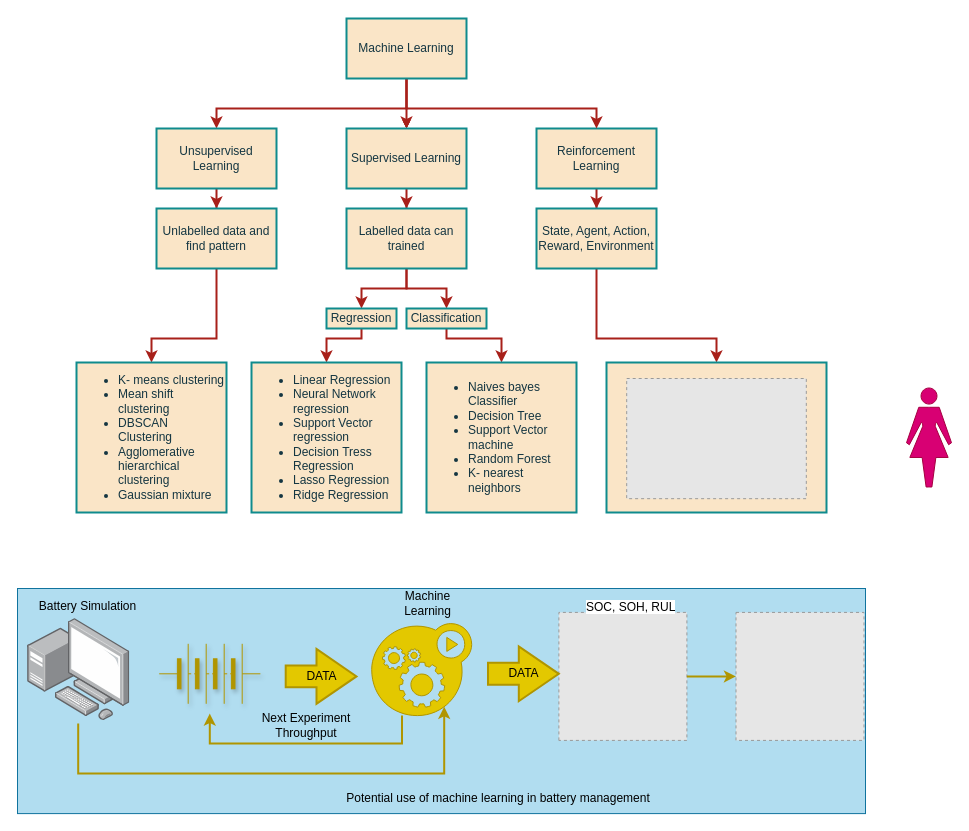
Above: RL.drawio in bapukokare/assignment (draw.io), before the change. Source tidied: cells renumbered, new cells numbered last; positions are measured from the earlier drawing's top-left corner, leaving out a move shared by most shapes. Both pictures are drawn from the tidied source at 100%, with x=0, y=0 at pixel (17, 18). Pictures stored in the file or linked from it are replaced by grey dashed boxes.
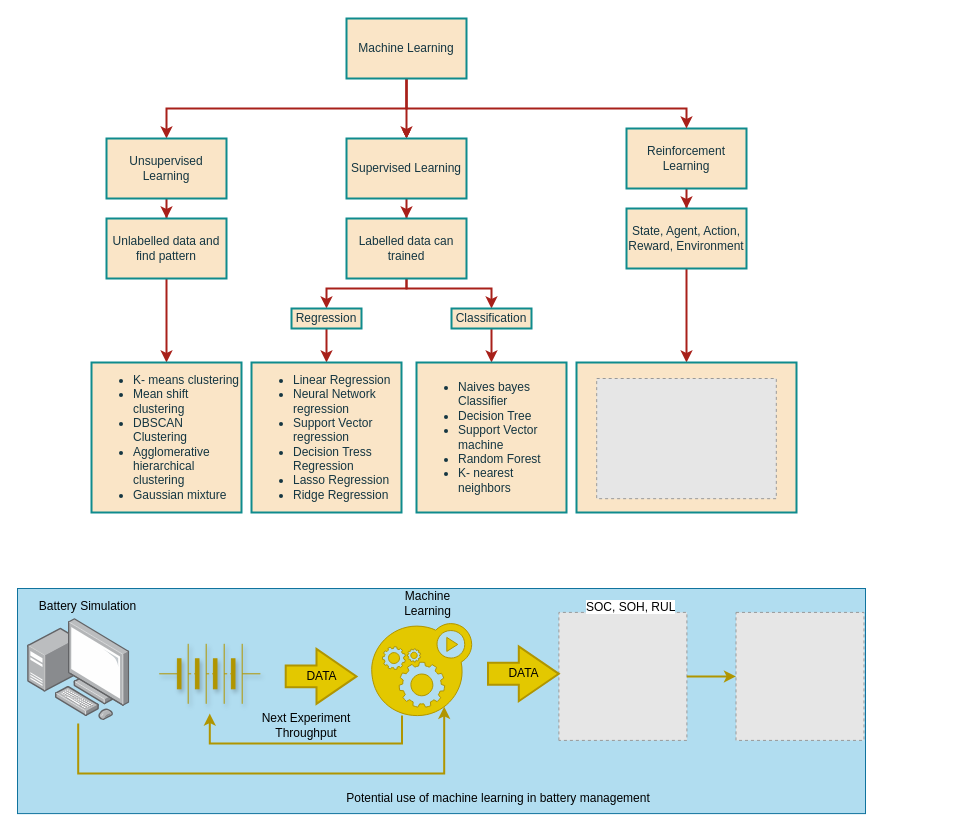
The same page after the edit.

The change refers to these unchanged cells:
```xml
<mxCell id="9" value="Machine Learning" style="rounded=0;whiteSpace=wrap;html=1;labelBackgroundColor=none;strokeWidth=2;fillColor=#FAE5C7;strokeColor=#0F8B8D;fontColor=#143642;" parent="1" vertex="1">
  <mxGeometry x="329" width="120" height="60" as="geometry" />
</mxCell>
<mxCell id="27" value="&lt;ul&gt;&lt;li&gt;Linear Regression&lt;/li&gt;&lt;li&gt;Neural Network regression&lt;/li&gt;&lt;li&gt;Support Vector regression&lt;/li&gt;&lt;li&gt;Decision Tress Regression&lt;/li&gt;&lt;li&gt;Lasso Regression&lt;/li&gt;&lt;li&gt;Ridge Regression&lt;/li&gt;&lt;/ul&gt;" style="whiteSpace=wrap;html=1;rounded=0;align=left;labelBackgroundColor=none;strokeWidth=2;fillColor=#FAE5C7;strokeColor=#0F8B8D;fontColor=#143642;" parent="1" vertex="1">
  <mxGeometry x="234" y="344" width="150" height="150" as="geometry" />
</mxCell>
<mxCell id="29" style="rounded=0;whiteSpace=wrap;html=1;labelBackgroundColor=none;fillColor=#FAE5C7;strokeColor=#0F8B8D;fontColor=#143642;strokeWidth=2;" parent="28" vertex="1">
  <mxGeometry width="220" height="150" as="geometry" />
</mxCell>
```

Diff of the diagram source:
```diff
@@
     <mxCell id="3" value="Reinforcement Learning" style="rounded=0;whiteSpace=wrap;html=1;labelBackgroundColor=none;strokeWidth=2;fillColor=#FAE5C7;strokeColor=#0F8B8D;fontColor=#143642;" parent="1" vertex="1">
-      <mxGeometry x="519" y="110" width="120" height="60" as="geometry" />
+      <mxGeometry x="609" y="110" width="120" height="60" as="geometry" />
     </mxCell>
     <mxCell id="4" style="edgeStyle=orthogonalEdgeStyle;rounded=0;jettySize=auto;html=1;entryX=0.5;entryY=0;entryDx=0;entryDy=0;exitX=0.5;exitY=1;exitDx=0;exitDy=0;labelBackgroundColor=none;fontColor=default;strokeWidth=2;strokeColor=#A8201A;" parent="1" edge="1" source="9" target="13">
       <mxGeometry relative="1" as="geometry">
         <Array as="points">
           <mxPoint x="389" y="90" />
-          <mxPoint x="199" y="90" />
+          <mxPoint x="149" y="90" />
         </Array>
       </mxGeometry>
     </mxCell>
     <mxCell id="5" style="edgeStyle=orthogonalEdgeStyle;rounded=0;jettySize=auto;html=1;entryX=0.5;entryY=0;entryDx=0;entryDy=0;labelBackgroundColor=none;fontColor=default;strokeWidth=2;strokeColor=#A8201A;" parent="1" edge="1" source="9" target="11">
-      <mxGeometry relative="1" as="geometry" />
+      <mxGeometry relative="1" as="geometry">
+        <Array as="points">
+          <mxPoint x="389" y="110" />
+          <mxPoint x="389" y="110" />
+        </Array>
+      </mxGeometry>
     </mxCell>
     <mxCell id="6" style="edgeStyle=orthogonalEdgeStyle;rounded=0;jettySize=auto;html=1;entryX=0.5;entryY=0;entryDx=0;entryDy=0;labelBackgroundColor=none;fontColor=default;strokeWidth=2;exitX=0.5;exitY=1;exitDx=0;exitDy=0;exitPerimeter=0;strokeColor=#A8201A;" parent="1" edge="1" source="9" target="3">
       <mxGeometry relative="1" as="geometry">
         <Array as="points">
           <mxPoint x="389" y="90" />
-          <mxPoint x="579" y="90" />
+          <mxPoint x="669" y="90" />
         </Array>
       </mxGeometry>
     </mxCell>
     <mxCell id="7" style="edgeStyle=orthogonalEdgeStyle;rounded=0;jettySize=auto;html=1;labelBackgroundColor=none;fontColor=default;strokeColor=#A8201A;" parent="1" edge="1" source="9" target="11">
-      <mxGeometry relative="1" as="geometry" />
+      <mxGeometry relative="1" as="geometry">
+        <Array as="points">
+          <mxPoint x="389" y="110" />
+          <mxPoint x="389" y="110" />
+        </Array>
+      </mxGeometry>
     </mxCell>
     <mxCell id="8" style="edgeStyle=orthogonalEdgeStyle;rounded=0;jettySize=auto;html=1;labelBackgroundColor=none;fontColor=default;strokeColor=#A8201A;" parent="1" edge="1" source="9" target="11">
-      <mxGeometry relative="1" as="geometry" />
+      <mxGeometry relative="1" as="geometry">
+        <Array as="points">
+          <mxPoint x="389" y="100" />
+          <mxPoint x="389" y="100" />
+        </Array>
+      </mxGeometry>
     </mxCell>
@@
     <mxCell id="11" value="Supervised Learning" style="rounded=0;whiteSpace=wrap;html=1;labelBackgroundColor=none;strokeWidth=2;fillColor=#FAE5C7;strokeColor=#0F8B8D;fontColor=#143642;" parent="1" vertex="1">
-      <mxGeometry x="329" y="110" width="120" height="60" as="geometry" />
+      <mxGeometry x="329" y="120" width="120" height="60" as="geometry" />
     </mxCell>
@@
     <mxCell id="13" value="Unsupervised Learning" style="rounded=0;whiteSpace=wrap;html=1;labelBackgroundColor=none;strokeWidth=2;fillColor=#FAE5C7;strokeColor=#0F8B8D;fontColor=#143642;" parent="1" vertex="1">
-      <mxGeometry x="139" y="110" width="120" height="60" as="geometry" />
+      <mxGeometry x="89" y="120" width="120" height="60" as="geometry" />
     </mxCell>
-    <mxCell id="14" style="edgeStyle=orthogonalEdgeStyle;rounded=0;jettySize=auto;html=1;labelBackgroundColor=none;fontColor=default;strokeWidth=2;strokeColor=#A8201A;" parent="1" edge="1" source="16" target="22">
+    <mxCell id="14" style="edgeStyle=orthogonalEdgeStyle;rounded=0;jettySize=auto;html=1;labelBackgroundColor=none;fontColor=default;strokeWidth=2;strokeColor=#A8201A;entryX=0.5;entryY=0;entryDx=0;entryDy=0;" parent="1" edge="1" source="16" target="22">
       <mxGeometry relative="1" as="geometry">
         <Array as="points">
           <mxPoint x="389" y="270" />
-          <mxPoint x="344" y="270" />
+          <mxPoint x="309" y="270" />
         </Array>
       </mxGeometry>
     </mxCell>
     <mxCell id="15" style="edgeStyle=orthogonalEdgeStyle;rounded=0;jettySize=auto;html=1;entryX=0.5;entryY=0;entryDx=0;entryDy=0;labelBackgroundColor=none;fontColor=default;strokeWidth=2;strokeColor=#A8201A;" parent="1" edge="1" source="16" target="24">
       <mxGeometry relative="1" as="geometry">
         <Array as="points">
           <mxPoint x="389" y="270" />
-          <mxPoint x="429" y="270" />
+          <mxPoint x="474" y="270" />
         </Array>
       </mxGeometry>
     </mxCell>
     <mxCell id="16" value="Labelled data can trained" style="rounded=0;whiteSpace=wrap;html=1;labelBackgroundColor=none;strokeWidth=2;fillColor=#FAE5C7;strokeColor=#0F8B8D;fontColor=#143642;" parent="1" vertex="1">
-      <mxGeometry x="329" y="190" width="120" height="60" as="geometry" />
+      <mxGeometry x="329" y="200" width="120" height="60" as="geometry" />
     </mxCell>
     <mxCell id="17" style="edgeStyle=orthogonalEdgeStyle;rounded=0;jettySize=auto;html=1;exitX=0.5;exitY=1;exitDx=0;exitDy=0;entryX=0.5;entryY=0;entryDx=0;entryDy=0;labelBackgroundColor=none;fontColor=default;strokeWidth=2;strokeColor=#A8201A;" parent="1" edge="1" source="18" target="25">
       <mxGeometry relative="1" as="geometry">
         <Array as="points">
-          <mxPoint x="199" y="320" />
-          <mxPoint x="134" y="320" />
+          <mxPoint x="149" y="260" />
+          <mxPoint x="149" y="260" />
         </Array>
       </mxGeometry>
     </mxCell>
     <mxCell id="18" value="Unlabelled data and find pattern" style="whiteSpace=wrap;html=1;rounded=0;labelBackgroundColor=none;strokeWidth=2;fillColor=#FAE5C7;strokeColor=#0F8B8D;fontColor=#143642;" parent="1" vertex="1">
-      <mxGeometry x="139" y="190" width="120" height="60" as="geometry" />
+      <mxGeometry x="89" y="200" width="120" height="60" as="geometry" />
     </mxCell>
     <mxCell id="19" style="edgeStyle=orthogonalEdgeStyle;rounded=0;jettySize=auto;html=1;entryX=0.5;entryY=0;entryDx=0;entryDy=0;fontSize=12;fillColor=#FAE5C7;labelBackgroundColor=none;strokeWidth=2;strokeColor=#A8201A;fontColor=default;" parent="1" edge="1" source="20" target="29">
       <mxGeometry relative="1" as="geometry">
         <Array as="points">
-          <mxPoint x="579" y="320" />
-          <mxPoint x="699" y="320" />
+          <mxPoint x="669" y="320" />
+          <mxPoint x="669" y="320" />
         </Array>
       </mxGeometry>
     </mxCell>
     <mxCell id="20" value="State, Agent, Action, Reward, Environment" style="rounded=0;whiteSpace=wrap;html=1;labelBackgroundColor=none;strokeWidth=2;fillColor=#FAE5C7;strokeColor=#0F8B8D;fontColor=#143642;" parent="1" vertex="1">
-      <mxGeometry x="519" y="190" width="120" height="60" as="geometry" />
+      <mxGeometry x="609" y="190" width="120" height="60" as="geometry" />
     </mxCell>
-    <mxCell id="21" style="edgeStyle=orthogonalEdgeStyle;rounded=0;jettySize=auto;html=1;entryX=0.5;entryY=0;entryDx=0;entryDy=0;labelBackgroundColor=none;strokeWidth=2;fontColor=default;strokeColor=#A8201A;" parent="1" edge="1" source="22" target="27">
+    <mxCell id="21" style="edgeStyle=orthogonalEdgeStyle;rounded=0;jettySize=auto;html=1;entryX=0.5;entryY=0;entryDx=0;entryDy=0;labelBackgroundColor=none;strokeWidth=2;fontColor=default;strokeColor=#A8201A;exitX=0.5;exitY=1;exitDx=0;exitDy=0;" parent="1" edge="1" source="22" target="27">
       <mxGeometry relative="1" as="geometry">
         <Array as="points">
-          <mxPoint x="344" y="320" />
-          <mxPoint x="309" y="320" />
+          <mxPoint x="309" y="310" />
         </Array>
       </mxGeometry>
     </mxCell>
     <mxCell id="22" value="Regression" style="whiteSpace=wrap;html=1;rounded=0;labelBackgroundColor=none;strokeWidth=2;fillColor=#FAE5C7;strokeColor=#0F8B8D;fontColor=#143642;" parent="1" vertex="1">
-      <mxGeometry x="309" y="290" width="70" height="20" as="geometry" />
+      <mxGeometry x="274" y="290" width="70" height="20" as="geometry" />
     </mxCell>
     <mxCell id="23" style="edgeStyle=orthogonalEdgeStyle;rounded=0;jettySize=auto;html=1;labelBackgroundColor=none;fontColor=default;entryX=0.5;entryY=0;entryDx=0;entryDy=0;strokeWidth=2;strokeColor=#A8201A;" parent="1" edge="1" source="24" target="26">
       <mxGeometry relative="1" as="geometry">
         <Array as="points">
-          <mxPoint x="429" y="320" />
-          <mxPoint x="484" y="320" />
+          <mxPoint x="484" y="310" />
+          <mxPoint x="484" y="310" />
         </Array>
       </mxGeometry>
     </mxCell>
     <mxCell id="24" value="Classification" style="whiteSpace=wrap;html=1;rounded=0;labelBackgroundColor=none;strokeWidth=2;fillColor=#FAE5C7;strokeColor=#0F8B8D;fontColor=#143642;" parent="1" vertex="1">
-      <mxGeometry x="389" y="290" width="80" height="20" as="geometry" />
+      <mxGeometry x="434" y="290" width="80" height="20" as="geometry" />
     </mxCell>
     <mxCell id="25" value="&lt;ul&gt;&lt;li&gt;K- means clustering&lt;/li&gt;&lt;li&gt;Mean shift clustering&lt;/li&gt;&lt;li&gt;DBSCAN Clustering&amp;nbsp;&lt;/li&gt;&lt;li&gt;Agglomerative hierarchical clustering&lt;/li&gt;&lt;li&gt;Gaussian mixture&lt;/li&gt;&lt;/ul&gt;" style="whiteSpace=wrap;html=1;rounded=0;align=left;labelBackgroundColor=none;strokeWidth=2;fillColor=#FAE5C7;strokeColor=#0F8B8D;fontColor=#143642;" parent="1" vertex="1">
-      <mxGeometry x="59" y="344" width="150" height="150" as="geometry" />
+      <mxGeometry x="74" y="344" width="150" height="150" as="geometry" />
     </mxCell>
     <mxCell id="26" value="&lt;ul&gt;&lt;li&gt;Naives bayes Classifier&lt;/li&gt;&lt;li&gt;Decision Tree&amp;nbsp;&lt;/li&gt;&lt;li&gt;Support Vector machine&lt;/li&gt;&lt;li&gt;Random Forest&amp;nbsp;&lt;/li&gt;&lt;li&gt;K- nearest neighbors&amp;nbsp;&lt;/li&gt;&lt;/ul&gt;" style="whiteSpace=wrap;html=1;rounded=0;align=left;labelBackgroundColor=none;strokeWidth=2;fillColor=#FAE5C7;strokeColor=#0F8B8D;fontColor=#143642;" parent="1" vertex="1">
-      <mxGeometry x="409" y="344" width="150" height="150" as="geometry" />
+      <mxGeometry x="399" y="344" width="150" height="150" as="geometry" />
     </mxCell>
@@
     <mxCell id="28" style="group;labelBackgroundColor=none;fontColor=#143642;strokeWidth=2;" parent="1" vertex="1">
-      <mxGeometry x="589" y="344" width="220" height="150" as="geometry" />
+      <mxGeometry x="559" y="344" width="220" height="150" as="geometry" />
     </mxCell>
@@
-    <mxCell id="31" style="shape=mxgraph.signs.people.woman_2;html=1;fillColor=#d80073;strokeColor=#A50040;verticalLabelPosition=bottom;verticalAlign=top;align=center;sketch=0;fontColor=#ffffff;" parent="1" vertex="1">
-      <mxGeometry x="889" y="369.5" width="45" height="99" as="geometry" />
-    </mxCell>
```
